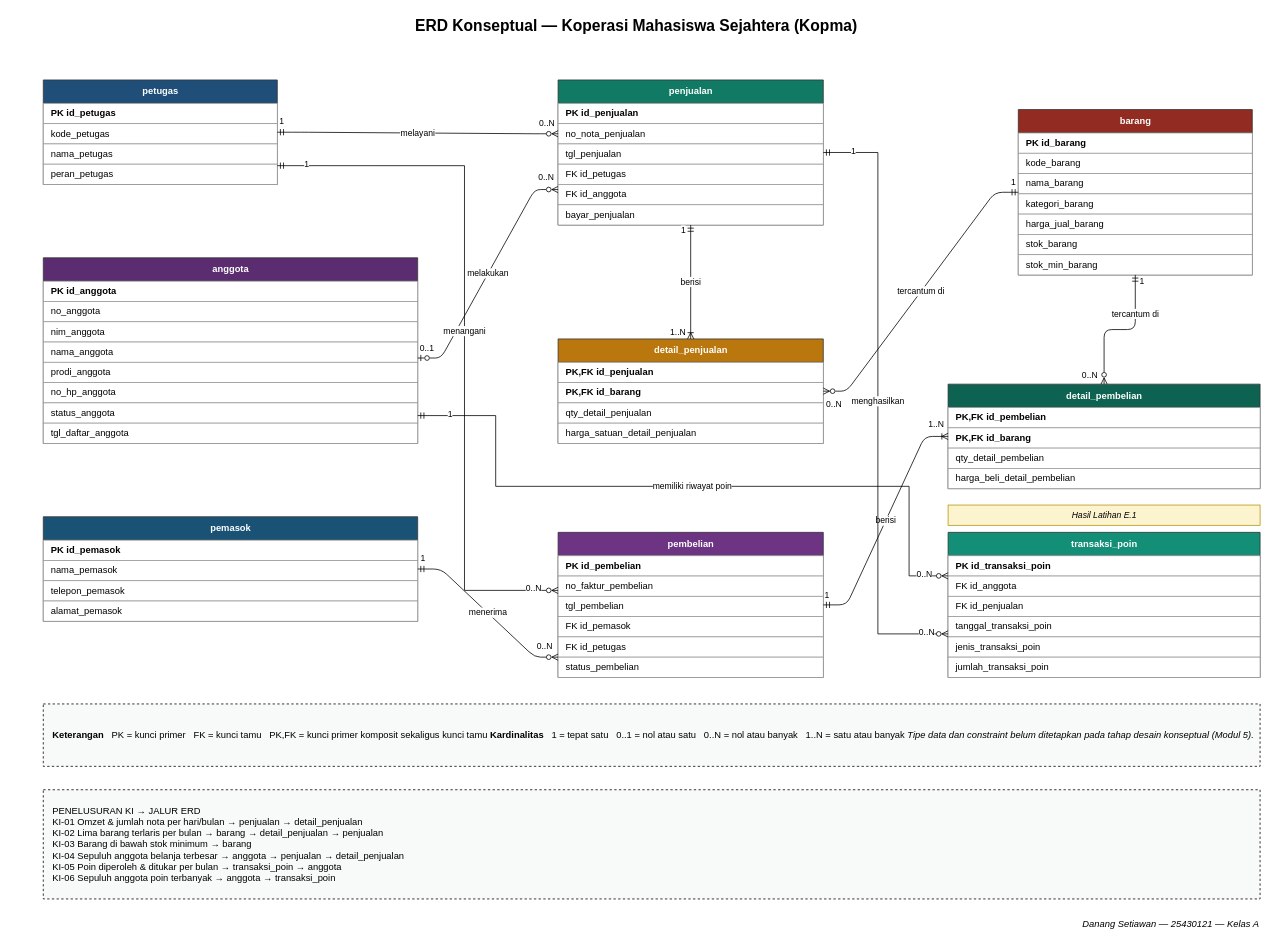
The draw.io diagram page "ERD Kopma" (1 of 2) of p03_erd_kopma_25430121.drawio in danangst250503-dot/basisdata-25430121, before the edit. Source tidied: cells renumbered, new cells numbered last; positions are measured from the earlier drawing's top-left corner, leaving out a move shared by most shapes. Both pictures are drawn from the tidied source at 78%, with x=0, y=0 at pixel (43, 13).
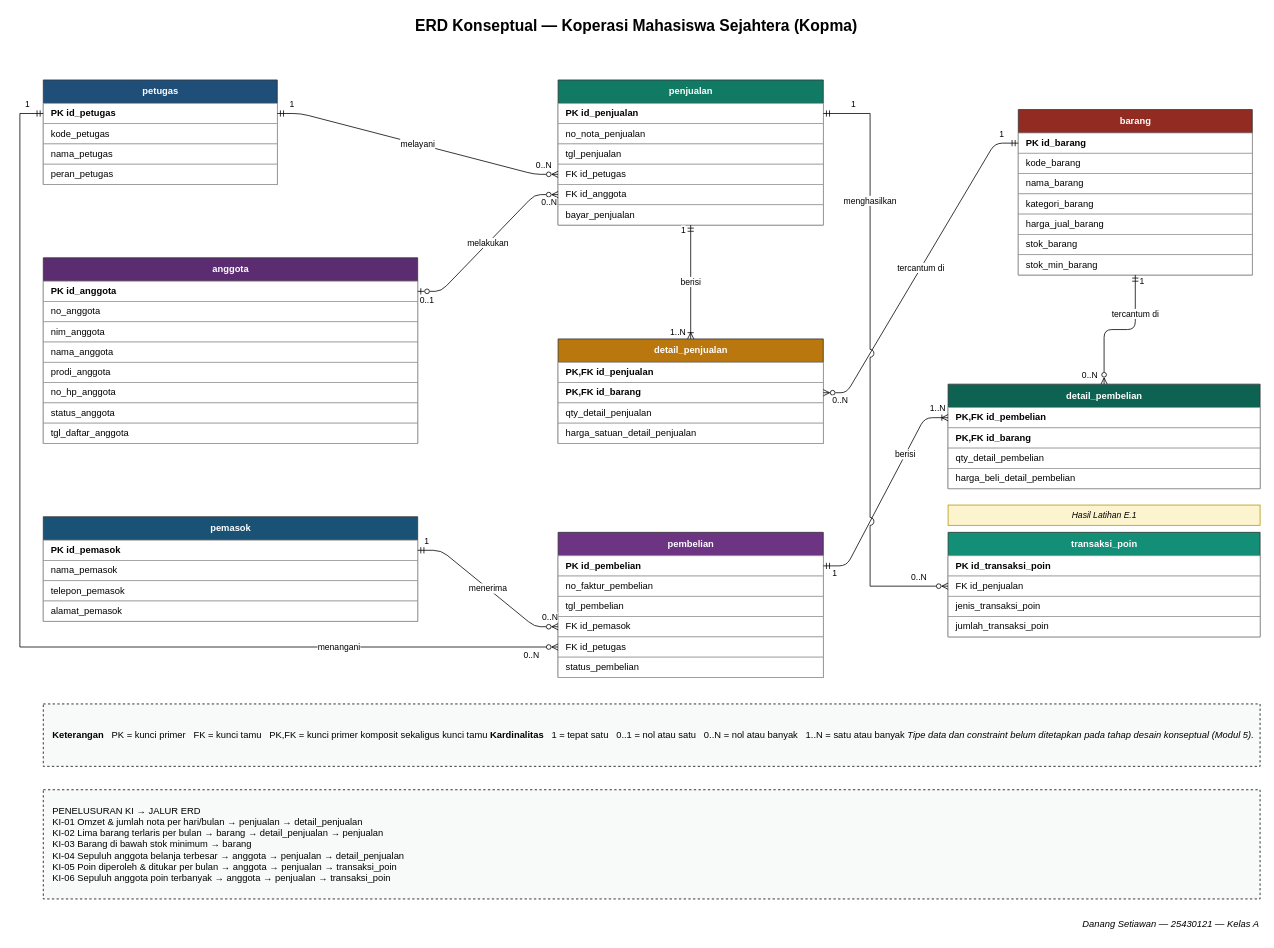
The same diagram, later.

The change refers to these unchanged cells:
```xml
<mxCell id="2" value="anggota" style="swimlane;fontStyle=1;horizontal=1;startSize=30;height=26;html=1;fillColor=#5B2C6F;fontColor=#ffffff;strokeColor=#333333;" parent="1" vertex="1">
  <mxGeometry y="313" width="480" height="238" as="geometry" />
</mxCell>
<mxCell id="3" value="PK      id_anggota" style="text;strokeColor=#999999;fillColor=#ffffff;align=left;verticalAlign=middle;spacingLeft=8;fontColor=#000000;html=1;fontStyle=1;" parent="2" vertex="1">
  <mxGeometry y="30" width="480" height="26" as="geometry" />
</mxCell>
<mxCell id="12" value="petugas" style="swimlane;fontStyle=1;horizontal=1;startSize=30;height=26;html=1;fillColor=#1F4E79;fontColor=#ffffff;strokeColor=#333333;" parent="1" vertex="1">
  <mxGeometry y="85" width="300" height="134" as="geometry" />
</mxCell>
<mxCell id="13" value="PK      id_petugas" style="text;strokeColor=#999999;fillColor=#ffffff;align=left;verticalAlign=middle;spacingLeft=8;fontColor=#000000;html=1;fontStyle=1;" parent="12" vertex="1">
  <mxGeometry y="30" width="300" height="26" as="geometry" />
</mxCell>
<mxCell id="17" value="pemasok" style="swimlane;fontStyle=1;horizontal=1;startSize=30;height=26;html=1;fillColor=#1A5276;fontColor=#ffffff;strokeColor=#333333;" parent="1" vertex="1">
  <mxGeometry y="645" width="480" height="134" as="geometry" />
</mxCell>
<mxCell id="18" value="PK      id_pemasok" style="text;strokeColor=#999999;fillColor=#ffffff;align=left;verticalAlign=middle;spacingLeft=8;fontColor=#000000;html=1;fontStyle=1;" parent="17" vertex="1">
  <mxGeometry y="30" width="480" height="26" as="geometry" />
</mxCell>
<mxCell id="22" value="penjualan" style="swimlane;fontStyle=1;horizontal=1;startSize=30;height=26;html=1;fillColor=#117A65;fontColor=#ffffff;strokeColor=#333333;" parent="1" vertex="1">
  <mxGeometry x="660" y="85" width="340" height="186" as="geometry" />
</mxCell>
<mxCell id="23" value="PK      id_penjualan" style="text;strokeColor=#999999;fillColor=#ffffff;align=left;verticalAlign=middle;spacingLeft=8;fontColor=#000000;html=1;fontStyle=1;" parent="22" vertex="1">
  <mxGeometry y="30" width="340" height="26" as="geometry" />
</mxCell>
<mxCell id="24" value="        no_nota_penjualan" style="text;strokeColor=#999999;fillColor=#ffffff;align=left;verticalAlign=middle;spacingLeft=8;fontColor=#000000;html=1;" parent="22" vertex="1">
  <mxGeometry y="56" width="340" height="26" as="geometry" />
</mxCell>
<mxCell id="26" value="FK      id_petugas" style="text;strokeColor=#999999;fillColor=#ffffff;align=left;verticalAlign=middle;spacingLeft=8;fontColor=#000000;html=1;" parent="22" vertex="1">
  <mxGeometry y="108" width="340" height="26" as="geometry" />
</mxCell>
<mxCell id="27" value="FK      id_anggota" style="text;strokeColor=#999999;fillColor=#ffffff;align=left;verticalAlign=middle;spacingLeft=8;fontColor=#000000;html=1;" parent="22" vertex="1">
  <mxGeometry y="134" width="340" height="26" as="geometry" />
</mxCell>
<mxCell id="29" value="detail_penjualan" style="swimlane;fontStyle=1;horizontal=1;startSize=30;height=26;html=1;fillColor=#B9770E;fontColor=#ffffff;strokeColor=#333333;" parent="1" vertex="1">
  <mxGeometry x="660" y="417" width="340" height="134" as="geometry" />
</mxCell>
<mxCell id="31" value="PK,FK   id_barang" style="text;strokeColor=#999999;fillColor=#ffffff;align=left;verticalAlign=middle;spacingLeft=8;fontColor=#000000;html=1;fontStyle=1;" parent="29" vertex="1">
  <mxGeometry y="56" width="340" height="26" as="geometry" />
</mxCell>
<mxCell id="34" value="pembelian" style="swimlane;fontStyle=1;horizontal=1;startSize=30;height=26;html=1;fillColor=#6C3483;fontColor=#ffffff;strokeColor=#333333;" parent="1" vertex="1">
  <mxGeometry x="660" y="665" width="340" height="186" as="geometry" />
</mxCell>
<mxCell id="35" value="PK      id_pembelian" style="text;strokeColor=#999999;fillColor=#ffffff;align=left;verticalAlign=middle;spacingLeft=8;fontColor=#000000;html=1;fontStyle=1;" parent="34" vertex="1">
  <mxGeometry y="30" width="340" height="26" as="geometry" />
</mxCell>
<mxCell id="38" value="FK      id_pemasok" style="text;strokeColor=#999999;fillColor=#ffffff;align=left;verticalAlign=middle;spacingLeft=8;fontColor=#000000;html=1;" parent="34" vertex="1">
  <mxGeometry y="108" width="340" height="26" as="geometry" />
</mxCell>
<mxCell id="39" value="FK      id_petugas" style="text;strokeColor=#999999;fillColor=#ffffff;align=left;verticalAlign=middle;spacingLeft=8;fontColor=#000000;html=1;" parent="34" vertex="1">
  <mxGeometry y="134" width="340" height="26" as="geometry" />
</mxCell>
<mxCell id="41" value="barang" style="swimlane;fontStyle=1;horizontal=1;startSize=30;height=26;html=1;fillColor=#922B21;fontColor=#ffffff;strokeColor=#333333;" parent="1" vertex="1">
  <mxGeometry x="1250" y="123" width="300" height="212" as="geometry" />
</mxCell>
<mxCell id="42" value="PK      id_barang" style="text;strokeColor=#999999;fillColor=#ffffff;align=left;verticalAlign=middle;spacingLeft=8;fontColor=#000000;html=1;fontStyle=1;" parent="41" vertex="1">
  <mxGeometry y="30" width="300" height="26" as="geometry" />
</mxCell>
<mxCell id="49" value="detail_pembelian" style="swimlane;fontStyle=1;horizontal=1;startSize=30;height=26;html=1;fillColor=#0E6251;fontColor=#ffffff;strokeColor=#333333;" parent="1" vertex="1">
  <mxGeometry x="1160" y="475" width="400" height="134" as="geometry" />
</mxCell>
<mxCell id="50" value="PK,FK   id_pembelian" style="text;strokeColor=#999999;fillColor=#ffffff;align=left;verticalAlign=middle;spacingLeft=8;fontColor=#000000;html=1;fontStyle=1;" parent="49" vertex="1">
  <mxGeometry y="30" width="400" height="26" as="geometry" />
</mxCell>
```

The edit, as a diff of the source:
```diff
@@
-    <mxCell id="54" value="melayani" style="edgeStyle=entityRelationEdgeStyle;html=1;startArrow=ERmandOne;startFill=0;endArrow=ERzeroToMany;endFill=0;exitX=1;exitY=0.5;entryX=0;entryY=0.5;entryDx=0;entryDy=0;" parent="1" edge="1" source="12" target="24">
+    <mxCell id="54" value="melayani" style="edgeStyle=entityRelationEdgeStyle;html=1;startArrow=ERmandOne;startFill=0;endArrow=ERzeroToMany;endFill=0;exitX=1;exitY=0.5;exitDx=0;exitDy=0;entryX=0;entryY=0.5;entryDx=0;entryDy=0;" parent="1" edge="1" source="13" target="26">
       <mxGeometry relative="1" as="geometry" />
     </mxCell>
     <mxCell id="55" value="1" style="edgeLabel;html=1;fontSize=11;" parent="54" vertex="1">
-      <mxGeometry x="-0.8" relative="1" as="geometry">
-        <mxPoint x="-35" y="-27" as="offset" />
+      <mxGeometry x="-0.9" relative="1" as="geometry">
+        <mxPoint x="-4" y="-25" as="offset" />
       </mxGeometry>
     </mxCell>
     <mxCell id="56" value="0..N" style="edgeLabel;html=1;fontSize=11;" parent="54" vertex="1">
-      <mxGeometry x="0.8" relative="1" as="geometry">
-        <mxPoint x="10" y="-26" as="offset" />
+      <mxGeometry x="0.9" relative="1" as="geometry">
+        <mxPoint x="-11" y="-25" as="offset" />
       </mxGeometry>
     </mxCell>
-    <mxCell id="57" value="melakukan" style="edgeStyle=entityRelationEdgeStyle;html=1;startArrow=ERzeroToOne;startFill=0;endArrow=ERzeroToMany;endFill=0;exitX=1;exitY=0.25;entryX=0;entryY=0.25;entryDx=0;entryDy=0;" parent="1" edge="1" target="27">
-      <mxGeometry relative="1" as="geometry">
-        <mxPoint x="480" y="441.5" as="sourcePoint" />
-      </mxGeometry>
+    <mxCell id="57" value="melakukan" style="edgeStyle=entityRelationEdgeStyle;html=1;startArrow=ERzeroToOne;startFill=0;endArrow=ERzeroToMany;endFill=0;exitX=1;exitY=0.5;exitDx=0;exitDy=0;entryX=0;entryY=0.5;entryDx=0;entryDy=0;" parent="1" edge="1" source="3" target="27">
+      <mxGeometry relative="1" as="geometry" />
     </mxCell>
     <mxCell id="58" value="0..1" style="edgeLabel;html=1;fontSize=11;" parent="57" vertex="1">
-      <mxGeometry x="-0.8" relative="1" as="geometry">
-        <mxPoint x="-29" y="-25" as="offset" />
+      <mxGeometry x="-0.9" relative="1" as="geometry">
+        <mxPoint x="-11" y="-1" as="offset" />
       </mxGeometry>
     </mxCell>
     <mxCell id="59" value="0..N" style="edgeLabel;html=1;fontSize=11;" parent="57" vertex="1">
-      <mxGeometry x="0.8" relative="1" as="geometry">
-        <mxPoint x="4" y="-29" as="offset" />
+      <mxGeometry x="0.9" relative="1" as="geometry">
+        <mxPoint x="-11" y="-3" as="offset" />
       </mxGeometry>
     </mxCell>
@@
-    <mxCell id="63" value="tercantum di" style="edgeStyle=entityRelationEdgeStyle;html=1;startArrow=ERmandOne;startFill=0;endArrow=ERzeroToMany;endFill=0;exitX=0;exitY=0.5;entryX=1;entryY=0.5;" parent="1" edge="1" source="41" target="29">
+    <mxCell id="63" value="tercantum di" style="edgeStyle=entityRelationEdgeStyle;html=1;startArrow=ERmandOne;startFill=0;endArrow=ERzeroToMany;endFill=0;exitX=0;exitY=0.5;exitDx=0;exitDy=0;entryX=1;entryY=0.5;entryDx=0;entryDy=0;" parent="1" edge="1" source="42" target="31">
       <mxGeometry relative="1" as="geometry" />
     </mxCell>
     <mxCell id="64" value="1" style="edgeLabel;html=1;fontSize=11;" parent="63" vertex="1">
-      <mxGeometry x="-0.8" relative="1" as="geometry">
-        <mxPoint x="24" y="-32" as="offset" />
+      <mxGeometry x="-0.9" relative="1" as="geometry">
+        <mxPoint x="-4" y="-25" as="offset" />
       </mxGeometry>
     </mxCell>
     <mxCell id="65" value="0..N" style="edgeLabel;html=1;fontSize=11;" parent="63" vertex="1">
-      <mxGeometry x="0.8" relative="1" as="geometry">
-        <mxPoint x="-33" y="10" as="offset" />
+      <mxGeometry x="0.9" relative="1" as="geometry">
+        <mxPoint x="-11" y="-3" as="offset" />
       </mxGeometry>
     </mxCell>
-    <mxCell id="66" value="menerima" style="edgeStyle=entityRelationEdgeStyle;html=1;startArrow=ERmandOne;startFill=0;endArrow=ERzeroToMany;endFill=0;exitX=1;exitY=0.5;entryX=0;entryY=1;entryDx=0;entryDy=0;" parent="1" edge="1" source="17" target="39">
+    <mxCell id="66" value="menerima" style="edgeStyle=entityRelationEdgeStyle;html=1;startArrow=ERmandOne;startFill=0;endArrow=ERzeroToMany;endFill=0;exitX=1;exitY=0.5;exitDx=0;exitDy=0;entryX=0;entryY=0.5;entryDx=0;entryDy=0;" parent="1" edge="1" source="18" target="38">
       <mxGeometry relative="1" as="geometry" />
     </mxCell>
     <mxCell id="67" value="1" style="edgeLabel;html=1;fontSize=11;" parent="66" vertex="1">
-      <mxGeometry x="-0.8" relative="1" as="geometry">
-        <mxPoint x="-20" y="-27" as="offset" />
+      <mxGeometry x="-0.9" relative="1" as="geometry">
+        <mxPoint x="-4" y="-25" as="offset" />
       </mxGeometry>
     </mxCell>
     <mxCell id="68" value="0..N" style="edgeLabel;html=1;fontSize=11;" parent="66" vertex="1">
-      <mxGeometry x="0.8" relative="1" as="geometry">
-        <mxPoint x="-6" y="-27" as="offset" />
+      <mxGeometry x="0.9" relative="1" as="geometry">
+        <mxPoint x="-11" y="-25" as="offset" />
       </mxGeometry>
     </mxCell>
-    <mxCell id="69" value="berisi" style="edgeStyle=entityRelationEdgeStyle;html=1;startArrow=ERmandOne;startFill=0;endArrow=ERoneToMany;endFill=0;exitX=1;exitY=0.5;entryX=0;entryY=0.5;" parent="1" edge="1" source="34" target="49">
-      <mxGeometry relative="1" as="geometry" />
+    <mxCell id="69" value="berisi" style="edgeStyle=entityRelationEdgeStyle;html=1;startArrow=ERmandOne;startFill=0;endArrow=ERoneToMany;endFill=0;exitX=1;exitY=0.5;exitDx=0;exitDy=0;entryX=0;entryY=0.5;entryDx=0;entryDy=0;" parent="1" edge="1" source="35" target="50">
+      <mxGeometry x="0.4" relative="1" as="geometry" />
     </mxCell>
     <mxCell id="70" value="1" style="edgeLabel;html=1;fontSize=11;" parent="69" vertex="1">
-      <mxGeometry x="-0.8" relative="1" as="geometry">
-        <mxPoint x="-30" y="-25" as="offset" />
+      <mxGeometry x="-0.9" relative="1" as="geometry">
+        <mxPoint x="-4" y="-3" as="offset" />
       </mxGeometry>
     </mxCell>
     <mxCell id="71" value="1..N" style="edgeLabel;html=1;fontSize=11;" parent="69" vertex="1">
-      <mxGeometry x="0.8" relative="1" as="geometry">
-        <mxPoint x="3" y="-29" as="offset" />
+      <mxGeometry x="0.9" relative="1" as="geometry">
+        <mxPoint x="-11" y="-25" as="offset" />
       </mxGeometry>
     </mxCell>
@@
-    <mxCell id="77" value="PENELUSURAN KI → JALUR ERD&lt;div&gt;KI-01  Omzet &amp;amp; jumlah nota per hari/bulan  →  penjualan → detail_penjualan&lt;/div&gt;&lt;div&gt;KI-02  Lima barang terlaris per bulan  →  barang → detail_penjualan → penjualan&lt;/div&gt;&lt;div&gt;KI-03  Barang di bawah stok minimum  →  barang&lt;/div&gt;&lt;div&gt;KI-04  Sepuluh anggota belanja terbesar  →  anggota → penjualan → detail_penjualan&lt;/div&gt;&lt;div&gt;KI-05  Poin diperoleh &amp;amp; ditukar per bulan  →  transaksi_poin → anggota&lt;/div&gt;&lt;div&gt;KI-06  Sepuluh anggota poin terbanyak  →  anggota → transaksi_poin&lt;/div&gt;" style="rounded=0;whiteSpace=wrap;html=1;align=left;verticalAlign=middle;spacingLeft=10;dashed=1;fillColor=#F8F9F9;" parent="1" vertex="1">
+    <mxCell id="77" value="PENELUSURAN KI → JALUR ERD&lt;div&gt;KI-01  Omzet &amp;amp; jumlah nota per hari/bulan  →  penjualan → detail_penjualan&lt;/div&gt;&lt;div&gt;KI-02  Lima barang terlaris per bulan  →  barang → detail_penjualan → penjualan&lt;/div&gt;&lt;div&gt;KI-03  Barang di bawah stok minimum  →  barang&lt;/div&gt;&lt;div&gt;KI-04  Sepuluh anggota belanja terbesar  →  anggota → penjualan → detail_penjualan&lt;/div&gt;&lt;div&gt;KI-05  Poin diperoleh &amp;amp; ditukar per bulan  →  anggota → penjualan → transaksi_poin&lt;/div&gt;&lt;div&gt;KI-06  Sepuluh anggota poin terbanyak  →  anggota → penjualan → transaksi_poin&lt;/div&gt;" style="rounded=0;whiteSpace=wrap;html=1;align=left;verticalAlign=middle;spacingLeft=10;dashed=1;fillColor=#F8F9F9;" parent="1" vertex="1">
       <mxGeometry y="995" width="1560" height="140" as="geometry" />
     </mxCell>
     <mxCell id="78" value="transaksi_poin" style="swimlane;fontStyle=1;horizontal=1;startSize=30;height=26;html=1;fillColor=#148F77;fontColor=#ffffff;strokeColor=#333333;" parent="1" vertex="1">
-      <mxGeometry x="1160" y="665" width="400" height="186" as="geometry" />
+      <mxGeometry x="1160" y="665" width="400" height="134" as="geometry" />
     </mxCell>
@@
-    <mxCell id="80" value="FK      id_anggota" style="text;strokeColor=#999999;fillColor=#ffffff;align=left;verticalAlign=middle;spacingLeft=8;fontColor=#000000;html=1;" parent="78" vertex="1">
-      <mxGeometry y="56" width="400" height="26" as="geometry" />
-    </mxCell>
     <mxCell id="81" value="FK      id_penjualan" style="text;strokeColor=#999999;fillColor=#ffffff;align=left;verticalAlign=middle;spacingLeft=8;fontColor=#000000;html=1;" parent="78" vertex="1">
-      <mxGeometry y="82" width="400" height="26" as="geometry" />
+      <mxGeometry y="56" width="400" height="26" as="geometry" />
     </mxCell>
-    <mxCell id="82" value="        tanggal_transaksi_poin" style="text;strokeColor=#999999;fillColor=#ffffff;align=left;verticalAlign=middle;spacingLeft=8;fontColor=#000000;html=1;" parent="78" vertex="1">
-      <mxGeometry y="108" width="400" height="26" as="geometry" />
-    </mxCell>
     <mxCell id="83" value="        jenis_transaksi_poin" style="text;strokeColor=#999999;fillColor=#ffffff;align=left;verticalAlign=middle;spacingLeft=8;fontColor=#000000;html=1;" parent="78" vertex="1">
-      <mxGeometry y="134" width="400" height="26" as="geometry" />
+      <mxGeometry y="82" width="400" height="26" as="geometry" />
     </mxCell>
     <mxCell id="84" value="        jumlah_transaksi_poin" style="text;strokeColor=#999999;fillColor=#ffffff;align=left;verticalAlign=middle;spacingLeft=8;fontColor=#000000;html=1;" parent="78" vertex="1">
-      <mxGeometry y="160" width="400" height="26" as="geometry" />
+      <mxGeometry y="108" width="400" height="26" as="geometry" />
     </mxCell>
-    <mxCell id="85" value="memiliki riwayat poin" style="edgeStyle=orthogonalEdgeStyle;rounded=0;html=1;startArrow=ERmandOne;startFill=0;endArrow=ERzeroToMany;endFill=0;exitX=1;exitY=0.85;entryX=0;entryY=0.3;" parent="1" edge="1" source="2" target="78">
-      <mxGeometry relative="1" as="geometry">
-        <Array as="points">
-          <mxPoint x="580" y="515" />
-          <mxPoint x="580" y="606" />
-          <mxPoint x="1110" y="606" />
-          <mxPoint x="1110" y="721" />
-        </Array>
-      </mxGeometry>
-    </mxCell>
-    <mxCell id="86" value="1" style="edgeLabel;html=1;fontSize=11;" parent="85" vertex="1">
-      <mxGeometry x="-0.95" relative="1" as="geometry">
-        <mxPoint x="15" y="-15" as="offset" />
-      </mxGeometry>
-    </mxCell>
-    <mxCell id="87" value="0..N" style="edgeLabel;html=1;fontSize=11;" parent="85" vertex="1">
-      <mxGeometry x="0.95" relative="1" as="geometry">
-        <mxPoint x="-20" y="-15" as="offset" />
-      </mxGeometry>
-    </mxCell>
-    <mxCell id="88" value="menghasilkan" style="edgeStyle=orthogonalEdgeStyle;rounded=0;html=1;startArrow=ERmandOne;startFill=0;endArrow=ERzeroToMany;endFill=0;exitX=1;exitY=0.5;entryX=0;entryY=0.7;" parent="1" edge="1" source="22" target="78">
-      <mxGeometry relative="1" as="geometry">
+    <mxCell id="88" value="menghasilkan" style="edgeStyle=orthogonalEdgeStyle;rounded=0;html=1;startArrow=ERmandOne;startFill=0;endArrow=ERzeroToMany;endFill=0;exitX=1;exitY=0.5;exitDx=0;exitDy=0;entryX=0;entryY=0.5;entryDx=0;entryDy=0;jumpStyle=arc;jumpSize=10;" parent="1" edge="1" source="23" target="81">
+      <mxGeometry x="-0.55" relative="1" as="geometry">
         <Array as="points">
-          <mxPoint x="1070" y="178" />
-          <mxPoint x="1070" y="795" />
+          <mxPoint x="1060" y="128" />
+          <mxPoint x="1060" y="734" />
         </Array>
       </mxGeometry>
     </mxCell>
     <mxCell id="89" value="1" style="edgeLabel;html=1;fontSize=11;" parent="88" vertex="1">
-      <mxGeometry x="-0.95" relative="1" as="geometry">
-        <mxPoint x="15" y="-15" as="offset" />
+      <mxGeometry x="-0.9" relative="1" as="geometry">
+        <mxPoint x="-4" y="-25" as="offset" />
       </mxGeometry>
     </mxCell>
     <mxCell id="90" value="0..N" style="edgeLabel;html=1;fontSize=11;" parent="88" vertex="1">
-      <mxGeometry x="0.95" relative="1" as="geometry">
-        <mxPoint x="-20" y="-15" as="offset" />
+      <mxGeometry x="0.9" relative="1" as="geometry">
+        <mxPoint x="-11" y="-25" as="offset" />
       </mxGeometry>
     </mxCell>
@@
-    <mxCell id="92" value="menangani" style="edgeStyle=orthogonalEdgeStyle;rounded=0;html=1;startArrow=ERmandOne;startFill=0;endArrow=ERzeroToMany;endFill=0;exitX=1;exitY=0.82;entryX=0;entryY=0.4;" parent="1" edge="1" source="12" target="34">
-      <mxGeometry relative="1" as="geometry">
+    <mxCell id="92" value="menangani" style="edgeStyle=orthogonalEdgeStyle;rounded=0;html=1;startArrow=ERmandOne;startFill=0;endArrow=ERzeroToMany;endFill=0;exitX=0;exitY=0.5;exitDx=0;exitDy=0;entryX=0;entryY=0.5;entryDx=0;entryDy=0;" parent="1" edge="1" source="13" target="39">
+      <mxGeometry x="0.6" relative="1" as="geometry">
         <Array as="points">
-          <mxPoint x="540" y="195" />
-          <mxPoint x="540" y="739" />
+          <mxPoint x="-30" y="128" />
+          <mxPoint x="-30" y="812" />
         </Array>
       </mxGeometry>
     </mxCell>
     <mxCell id="93" value="1" style="edgeLabel;html=1;fontSize=11;" parent="92" vertex="1">
-      <mxGeometry x="-0.95" relative="1" as="geometry">
-        <mxPoint x="10" y="-15" as="offset" />
+      <mxGeometry x="-0.97" relative="1" as="geometry">
+        <mxPoint x="-4" y="-25" as="offset" />
       </mxGeometry>
     </mxCell>
     <mxCell id="94" value="0..N" style="edgeLabel;html=1;fontSize=11;" parent="92" vertex="1">
       <mxGeometry x="0.95" relative="1" as="geometry">
-        <mxPoint x="-20" y="-15" as="offset" />
+        <mxPoint x="-11" y="-3" as="offset" />
       </mxGeometry>
     </mxCell>
```
